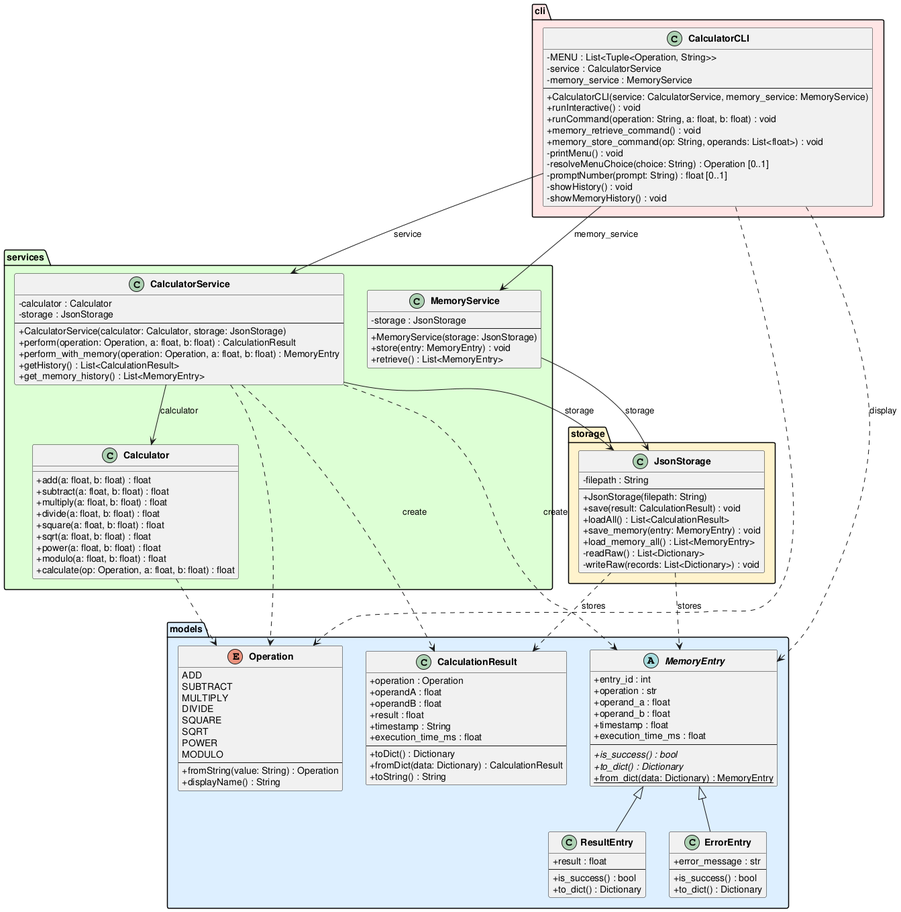
Above: experiments/broadcast/user_stories/calculator/artifacts/class_diagram.png in DanielRiha8906/Software_autoevolution_using_agents (PlantUML), before the change.
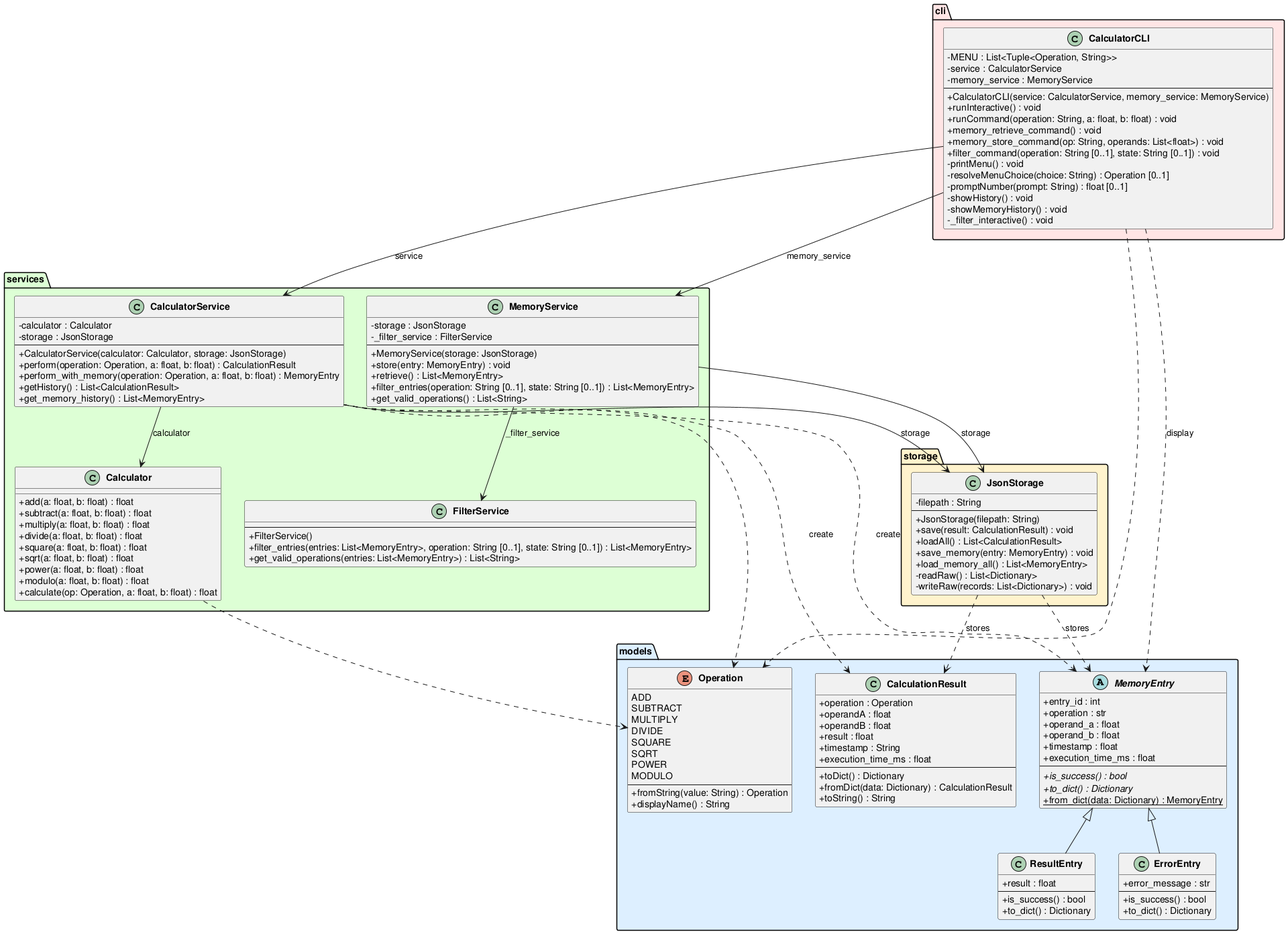
After the change.

Change to the diagram source:
```diff
@@ -86,12 +86,22 @@
         +get_memory_history() : List<MemoryEntry>
     }
 
+    class FilterService {
+        --
+        +FilterService()
+        +filter_entries(entries: List<MemoryEntry>, operation: String [0..1], state: String [0..1]) : List<MemoryEntry>
+        +get_valid_operations(entries: List<MemoryEntry>) : List<String>
+    }
+
     class MemoryService {
         -storage : JsonStorage
+        -_filter_service : FilterService
         --
         +MemoryService(storage: JsonStorage)
         +store(entry: MemoryEntry) : void
         +retrieve() : List<MemoryEntry>
+        +filter_entries(operation: String [0..1], state: String [0..1]) : List<MemoryEntry>
+        +get_valid_operations() : List<String>
     }
 }
 
@@ -120,11 +130,13 @@
         +runCommand(operation: String, a: float, b: float) : void
         +memory_retrieve_command() : void
         +memory_store_command(op: String, operands: List<float>) : void
+        +filter_command(operation: String [0..1], state: String [0..1]) : void
         -printMenu() : void
         -resolveMenuChoice(choice: String) : Operation [0..1]
         -promptNumber(prompt: String) : float [0..1]
         -showHistory() : void
         -showMemoryHistory() : void
+        -_filter_interactive() : void
     }
 }
 
@@ -133,6 +145,7 @@
 CalculatorService --> Calculator : calculator
 CalculatorService --> JsonStorage : storage
 MemoryService --> JsonStorage : storage
+MemoryService --> FilterService : _filter_service
 
 CalculatorService ..> CalculationResult : create
 CalculatorService ..> MemoryEntry : create
```
